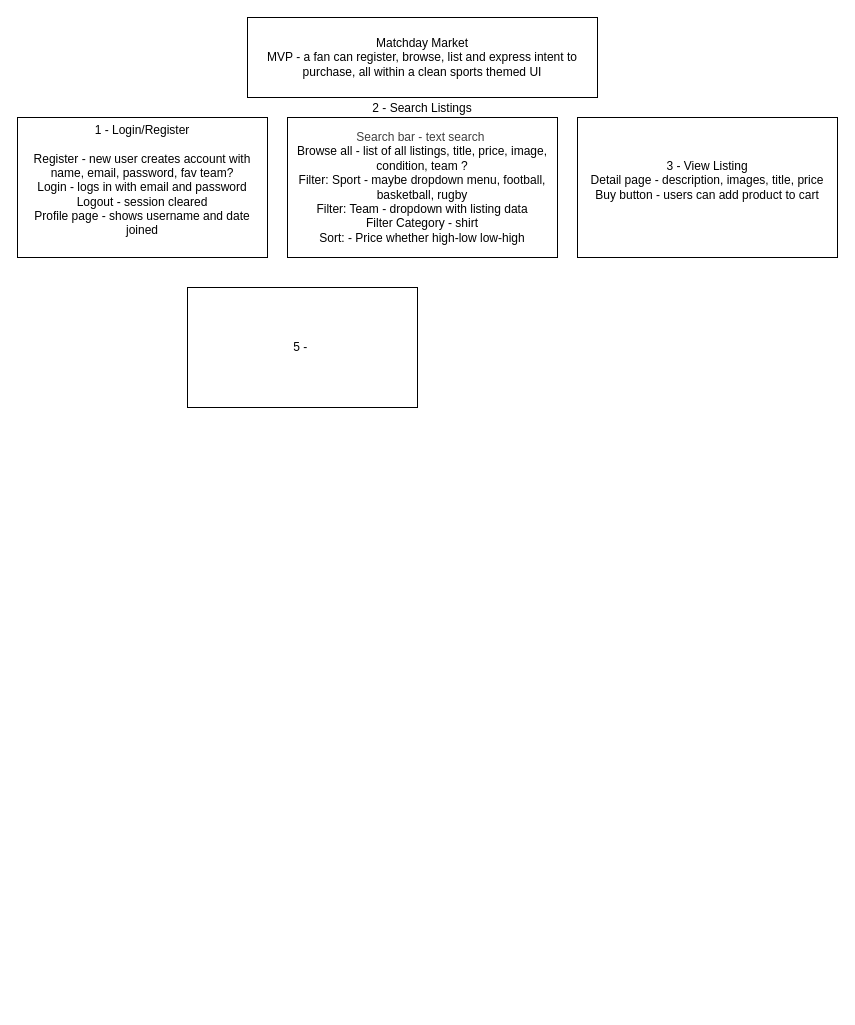
The draw.io diagram page "Page-1" (1 of 2) of planning.drawio in faikguler/Shop-for-Sports-fans, before the edit. Source tidied: cells renumbered, new cells numbered last; positions are measured from the earlier drawing's top-left corner, leaving out a move shared by most shapes. Both pictures are drawn from the tidied source at 100%, with x=0, y=0 at pixel (17, 17).
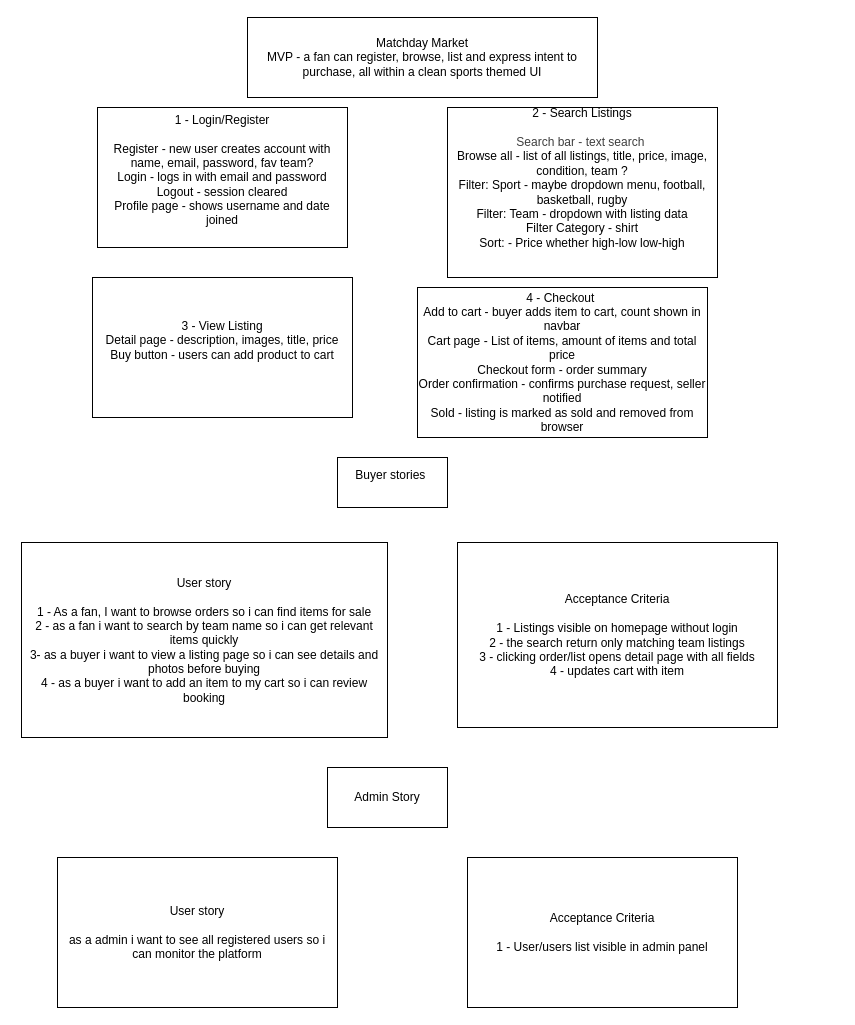
After the change.

Commit message:
mvp adjustments and wireframing

Change to the diagram source:
```diff
@@
 <mxGraphModel>
   <root>
     <mxCell id="0" />
     <mxCell id="1" parent="0" />
     <mxCell id="2" value="Matchday Market&lt;div&gt;MVP - a fan can register, browse, list and express intent to purchase, all within a clean sports themed UI&lt;/div&gt;" style="rounded=0;whiteSpace=wrap;html=1;" parent="1" vertex="1">
       <mxGeometry x="230" width="350" height="80" as="geometry" />
     </mxCell>
     <mxCell id="3" value="1 - Login/Register&lt;div&gt;&lt;font color=&quot;#000000&quot;&gt;&lt;br&gt;&lt;/font&gt;&lt;div&gt;Register - new user creates account with name, email, password, fav team?&lt;/div&gt;&lt;div&gt;Login - logs in with email and password&lt;/div&gt;&lt;div&gt;Logout - session cleared&lt;/div&gt;&lt;div&gt;Profile page - shows username and date joined&lt;/div&gt;&lt;div&gt;&lt;br&gt;&lt;/div&gt;&lt;/div&gt;" style="rounded=0;whiteSpace=wrap;html=1;" parent="1" vertex="1">
-      <mxGeometry y="100" width="250" height="140" as="geometry" />
+      <mxGeometry x="80" y="90" width="250" height="140" as="geometry" />
     </mxCell>
     <mxCell id="4" value="2 - Search Listings&lt;div&gt;&lt;span style=&quot;color: rgb(63, 63, 63); background-color: transparent;&quot;&gt;&lt;br&gt;&lt;/span&gt;&lt;/div&gt;&lt;div&gt;&lt;span style=&quot;color: rgb(63, 63, 63); background-color: transparent;&quot;&gt;Search bar - text search&amp;nbsp;&lt;/span&gt;&lt;div&gt;Browse all - list of all listings, title, price, image, condition, team ?&lt;/div&gt;&lt;div&gt;Filter: Sport - maybe dropdown menu, football, basketball, rugby&lt;/div&gt;&lt;div&gt;Filter: Team - dropdown with listing data&lt;/div&gt;&lt;div&gt;Filter Category - shirt&lt;/div&gt;&lt;div&gt;Sort: - Price whether high-low low-high&lt;/div&gt;&lt;div&gt;&lt;br&gt;&lt;/div&gt;&lt;div&gt;&lt;br&gt;&lt;/div&gt;&lt;/div&gt;" style="rounded=0;whiteSpace=wrap;html=1;" parent="1" vertex="1">
-      <mxGeometry x="270" y="100" width="270" height="140" as="geometry" />
+      <mxGeometry x="430" y="90" width="270" height="170" as="geometry" />
     </mxCell>
     <mxCell id="5" value="3 - View Listing&lt;div&gt;Detail page - description, images, title, price&lt;/div&gt;&lt;div&gt;Buy button - users can add product to cart&lt;/div&gt;&lt;div&gt;&lt;br&gt;&lt;/div&gt;" style="rounded=0;whiteSpace=wrap;html=1;" parent="1" vertex="1">
-      <mxGeometry x="560" y="100" width="260" height="140" as="geometry" />
+      <mxGeometry x="75" y="260" width="260" height="140" as="geometry" />
     </mxCell>
-    <mxCell id="6" value="5 -&amp;nbsp;" style="rounded=0;whiteSpace=wrap;html=1;" parent="1" vertex="1">
-      <mxGeometry x="170" y="270" width="230" height="120" as="geometry" />
+    <mxCell id="6" value="4 - Checkout&amp;nbsp;&lt;div&gt;Add to cart - buyer adds item to cart, count shown in navbar&lt;/div&gt;&lt;div&gt;Cart page - List of items, amount of items and total price&lt;/div&gt;&lt;div&gt;Checkout form - order summary&lt;/div&gt;&lt;div&gt;Order confirmation - confirms purchase request, seller notified&lt;/div&gt;&lt;div&gt;Sold - listing is marked as sold and removed from browser&lt;/div&gt;" style="rounded=0;whiteSpace=wrap;html=1;" parent="1" vertex="1">
+      <mxGeometry x="400" y="270" width="290" height="150" as="geometry" />
     </mxCell>
+    <mxCell id="7" value="Buyer stories&amp;nbsp;&lt;div&gt;&lt;br&gt;&lt;/div&gt;" style="rounded=0;whiteSpace=wrap;html=1;" parent="1" vertex="1">
+      <mxGeometry x="320" y="440" width="110" height="50" as="geometry" />
+    </mxCell>
+    <mxCell id="8" value="User story&lt;div&gt;&lt;font color=&quot;#000000&quot;&gt;&lt;br&gt;&lt;/font&gt;&lt;div&gt;1 - As a fan, I want to browse orders so i can find items for sale&lt;/div&gt;&lt;/div&gt;&lt;div&gt;2 - as a fan i want to search by team name so i can get relevant items quickly&lt;/div&gt;&lt;div&gt;3- as a buyer i want to view a listing page so i can see details and photos before buying&lt;/div&gt;&lt;div&gt;4 - as a buyer i want to add an item to my cart so i can review booking&lt;/div&gt;" style="rounded=0;whiteSpace=wrap;html=1;" parent="1" vertex="1">
+      <mxGeometry x="4" y="525" width="366" height="195" as="geometry" />
+    </mxCell>
+    <mxCell id="9" value="Acceptance Criteria&lt;div&gt;&lt;br&gt;&lt;/div&gt;&lt;div&gt;1 - Listings visible on homepage without login&lt;/div&gt;&lt;div&gt;2 - the search return only matching team listings&lt;/div&gt;&lt;div&gt;3 - clicking order/list opens detail page with all fields&lt;/div&gt;&lt;div&gt;4 - updates cart with item&lt;/div&gt;" style="rounded=0;whiteSpace=wrap;html=1;" parent="1" vertex="1">
+      <mxGeometry x="440" y="525" width="320" height="185" as="geometry" />
+    </mxCell>
+    <mxCell id="10" value="Admin Story" style="rounded=0;whiteSpace=wrap;html=1;" parent="1" vertex="1">
+      <mxGeometry x="310" y="750" width="120" height="60" as="geometry" />
+    </mxCell>
+    <mxCell id="11" value="User story&lt;div&gt;&lt;br&gt;&lt;/div&gt;&lt;div&gt;as a admin i want to see all registered users so i can monitor the platform&lt;/div&gt;" style="rounded=0;whiteSpace=wrap;html=1;" parent="1" vertex="1">
+      <mxGeometry x="40" y="840" width="280" height="150" as="geometry" />
+    </mxCell>
+    <mxCell id="12" value="Acceptance Criteria&lt;div&gt;&lt;br&gt;&lt;/div&gt;&lt;div&gt;1 - User/users list visible in admin panel&lt;/div&gt;" style="rounded=0;whiteSpace=wrap;html=1;" parent="1" vertex="1">
+      <mxGeometry x="450" y="840" width="270" height="150" as="geometry" />
+    </mxCell>
   </root>
 </mxGraphModel>
```
